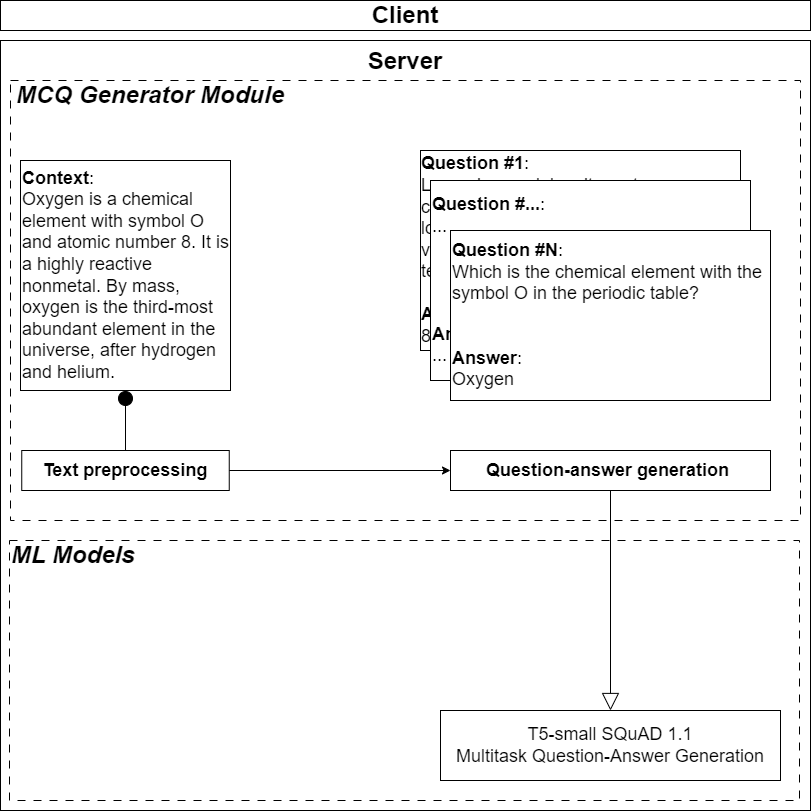
This is Hình/ai.png from VDT1805/ChallengeCreator, a draw.io export, as it was before one commit. Source tidied: cells renumbered, new cells last; positions are measured from the earlier drawing's top-left corner, leaving out a move shared by most shapes. The source it was exported from:
```xml
<mxGraphModel>
  <root>
    <mxCell id="0" />
    <mxCell id="1" parent="0" />
    <mxCell id="2" value="&lt;font style=&quot;font-size: 24px;&quot;&gt;Client&lt;/font&gt;" style="rounded=0;whiteSpace=wrap;html=1;fontStyle=1;" parent="1" vertex="1">
      <mxGeometry width="810" height="30" as="geometry" />
    </mxCell>
    <mxCell id="3" value="&lt;font style=&quot;font-size: 24px;&quot;&gt;Server&lt;/font&gt;" style="rounded=0;whiteSpace=wrap;html=1;fontStyle=1;verticalAlign=top;" parent="1" vertex="1">
      <mxGeometry y="40" width="810" height="770" as="geometry" />
    </mxCell>
    <mxCell id="4" style="rounded=0;whiteSpace=wrap;html=1;fontSize=18;dashed=1;dashPattern=8 8;" parent="1" vertex="1">
      <mxGeometry x="10" y="80" width="790" height="440" as="geometry" />
    </mxCell>
    <mxCell id="5" value="&lt;b&gt;&lt;i&gt;&lt;font style=&quot;font-size: 24px;&quot;&gt;MCQ Generator Module&lt;/font&gt;&lt;/i&gt;&lt;/b&gt;" style="text;html=1;strokeColor=none;fillColor=none;align=center;verticalAlign=middle;whiteSpace=wrap;rounded=0;dashed=1;dashPattern=8 8;fontSize=18;" parent="1" vertex="1">
      <mxGeometry x="10" y="80" width="280" height="30" as="geometry" />
    </mxCell>
    <mxCell id="6" value="&lt;font style=&quot;font-size: 18px;&quot;&gt;&lt;b style=&quot;&quot;&gt;Context&lt;/b&gt;:&lt;br&gt;Oxygen is a chemical element with symbol O and atomic number 8. It is a highly reactive nonmetal. By mass, oxygen is the third-most abundant element in the universe, after hydrogen and helium.&lt;/font&gt;" style="rounded=0;whiteSpace=wrap;html=1;fontSize=18;align=left;" parent="1" vertex="1">
      <mxGeometry x="20" y="160" width="210" height="230" as="geometry" />
    </mxCell>
    <mxCell id="7" style="edgeStyle=none;html=1;entryX=0.5;entryY=0;entryDx=0;entryDy=0;fontSize=18;endArrow=none;endFill=0;startArrow=circle;startFill=1;exitX=0.5;exitY=1;exitDx=0;exitDy=0;" parent="1" edge="1" source="6" target="8">
      <mxGeometry relative="1" as="geometry" />
    </mxCell>
    <mxCell id="8" value="&lt;b&gt;Text preprocessing&lt;/b&gt;" style="rounded=0;whiteSpace=wrap;html=1;fontSize=18;" parent="1" vertex="1">
      <mxGeometry x="21.2" y="450" width="207.5" height="40" as="geometry" />
    </mxCell>
    <mxCell id="9" value="&lt;div style=&quot;text-align: left;&quot;&gt;&lt;b style=&quot;background-color: initial;&quot;&gt;Question #1&lt;/b&gt;&lt;span style=&quot;background-color: initial;&quot;&gt;:&lt;/span&gt;&lt;/div&gt;&lt;font style=&quot;font-size: 18px;&quot;&gt;&lt;div style=&quot;text-align: left;&quot;&gt;&lt;span style=&quot;background-color: rgb(255, 255, 255);&quot;&gt;Lorem ipsum dolor sit amet, consectetur adipiscing elit. Curabitur lorem ante, porttitor at diam vel, mattis vehicula sem. Cras ante massa, tempus sed risus id, ornare porta sem.&lt;/span&gt;&lt;/div&gt;&lt;div style=&quot;text-align: left;&quot;&gt;&lt;span style=&quot;background-color: rgb(255, 255, 255);&quot;&gt;&lt;br&gt;&lt;/span&gt;&lt;/div&gt;&lt;div style=&quot;text-align: left;&quot;&gt;&lt;b style=&quot;border-color: var(--border-color); background-color: initial;&quot;&gt;Answer&lt;/b&gt;&lt;span style=&quot;border-color: var(--border-color); background-color: initial;&quot;&gt;:&lt;/span&gt;&lt;span style=&quot;background-color: rgb(255, 255, 255);&quot;&gt;&lt;br&gt;&lt;/span&gt;&lt;/div&gt;&lt;div style=&quot;text-align: left;&quot;&gt;&lt;span style=&quot;border-color: var(--border-color); background-color: initial;&quot;&gt;8&lt;/span&gt;&lt;/div&gt;&lt;/font&gt;" style="rounded=0;whiteSpace=wrap;html=1;fontSize=18;" parent="1" vertex="1">
      <mxGeometry x="420" y="150" width="320" height="200" as="geometry" />
    </mxCell>
    <mxCell id="10" value="&lt;div style=&quot;&quot;&gt;&lt;b style=&quot;background-color: initial;&quot;&gt;Question #...&lt;/b&gt;&lt;span style=&quot;background-color: initial;&quot;&gt;:&lt;/span&gt;&lt;/div&gt;&lt;font style=&quot;font-size: 18px;&quot;&gt;&lt;div style=&quot;&quot;&gt;&lt;span style=&quot;background-color: rgb(255, 255, 255);&quot;&gt;...&lt;/span&gt;&lt;/div&gt;&lt;div style=&quot;&quot;&gt;&lt;span style=&quot;background-color: rgb(255, 255, 255);&quot;&gt;&lt;br&gt;&lt;/span&gt;&lt;/div&gt;&lt;div style=&quot;&quot;&gt;&lt;span style=&quot;background-color: rgb(255, 255, 255);&quot;&gt;&lt;br&gt;&lt;/span&gt;&lt;/div&gt;&lt;div style=&quot;&quot;&gt;&lt;span style=&quot;background-color: rgb(255, 255, 255);&quot;&gt;&lt;br&gt;&lt;/span&gt;&lt;/div&gt;&lt;div style=&quot;&quot;&gt;&lt;span style=&quot;background-color: rgb(255, 255, 255);&quot;&gt;&lt;br&gt;&lt;/span&gt;&lt;/div&gt;&lt;div style=&quot;&quot;&gt;&lt;b style=&quot;border-color: var(--border-color); background-color: initial;&quot;&gt;Answer&lt;/b&gt;&lt;span style=&quot;border-color: var(--border-color); background-color: initial;&quot;&gt;:&lt;/span&gt;&lt;span style=&quot;background-color: rgb(255, 255, 255);&quot;&gt;&lt;br&gt;&lt;/span&gt;&lt;/div&gt;&lt;div style=&quot;&quot;&gt;...&lt;/div&gt;&lt;/font&gt;" style="rounded=0;whiteSpace=wrap;html=1;fontSize=18;align=left;" parent="1" vertex="1">
      <mxGeometry x="430" y="180" width="320" height="200" as="geometry" />
    </mxCell>
    <mxCell id="11" value="&lt;div style=&quot;&quot;&gt;&lt;b style=&quot;background-color: initial;&quot;&gt;Question #N&lt;/b&gt;&lt;span style=&quot;background-color: initial;&quot;&gt;:&lt;/span&gt;&lt;/div&gt;&lt;div style=&quot;&quot;&gt;&lt;span style=&quot;background-color: initial;&quot;&gt;Which is the chemical element with the symbol O in the periodic table?&lt;/span&gt;&lt;/div&gt;&lt;font style=&quot;font-size: 18px;&quot;&gt;&lt;div style=&quot;&quot;&gt;&lt;span style=&quot;background-color: rgb(255, 255, 255);&quot;&gt;&lt;br&gt;&lt;/span&gt;&lt;/div&gt;&lt;div style=&quot;&quot;&gt;&lt;br&gt;&lt;/div&gt;&lt;div style=&quot;&quot;&gt;&lt;b style=&quot;border-color: var(--border-color); background-color: initial;&quot;&gt;Answer&lt;/b&gt;&lt;span style=&quot;border-color: var(--border-color); background-color: initial;&quot;&gt;:&lt;/span&gt;&lt;span style=&quot;background-color: rgb(255, 255, 255);&quot;&gt;&lt;br&gt;&lt;/span&gt;&lt;/div&gt;&lt;div style=&quot;&quot;&gt;Oxygen&lt;/div&gt;&lt;/font&gt;" style="rounded=0;whiteSpace=wrap;html=1;fontSize=18;align=left;" parent="1" vertex="1">
      <mxGeometry x="450" y="230" width="320" height="170" as="geometry" />
    </mxCell>
    <mxCell id="12" style="rounded=0;whiteSpace=wrap;html=1;fontSize=18;dashed=1;dashPattern=8 8;" parent="1" vertex="1">
      <mxGeometry x="9" y="540" width="790" height="260" as="geometry" />
    </mxCell>
    <mxCell id="13" style="edgeStyle=none;html=1;entryX=0.5;entryY=0;entryDx=0;entryDy=0;fontFamily=Helvetica;fontSize=24;startArrow=none;startFill=0;endArrow=block;endFill=0;endSize=15;" parent="1" edge="1" source="14" target="17">
      <mxGeometry relative="1" as="geometry" />
    </mxCell>
    <mxCell id="14" value="&lt;b&gt;Question-answer generation&amp;nbsp;&lt;/b&gt;" style="rounded=0;whiteSpace=wrap;html=1;fontSize=18;" parent="1" vertex="1">
      <mxGeometry x="450" y="450" width="320" height="40" as="geometry" />
    </mxCell>
    <mxCell id="15" style="endArrow=classic;html=1;fontFamily=Helvetica;fontSize=18;exitX=1;exitY=0.5;exitDx=0;exitDy=0;entryX=0;entryY=0.5;entryDx=0;entryDy=0;" parent="1" edge="1" source="8" target="14">
      <mxGeometry relative="1" as="geometry" />
    </mxCell>
    <mxCell id="16" value="&lt;b&gt;&lt;i&gt;&lt;font style=&quot;font-size: 24px;&quot;&gt;ML Models&lt;/font&gt;&lt;/i&gt;&lt;/b&gt;" style="text;html=1;strokeColor=none;fillColor=none;align=left;verticalAlign=middle;whiteSpace=wrap;rounded=0;dashed=1;dashPattern=8 8;fontSize=18;" parent="1" vertex="1">
      <mxGeometry x="9" y="540" width="210" height="30" as="geometry" />
    </mxCell>
    <mxCell id="17" value="T5-small SQuAD 1.1&lt;br&gt;Multitask Question-Answer Generation" style="rounded=0;whiteSpace=wrap;html=1;fontSize=18;" parent="1" vertex="1">
      <mxGeometry x="440" y="710" width="340" height="70" as="geometry" />
    </mxCell>
  </root>
</mxGraphModel>
```
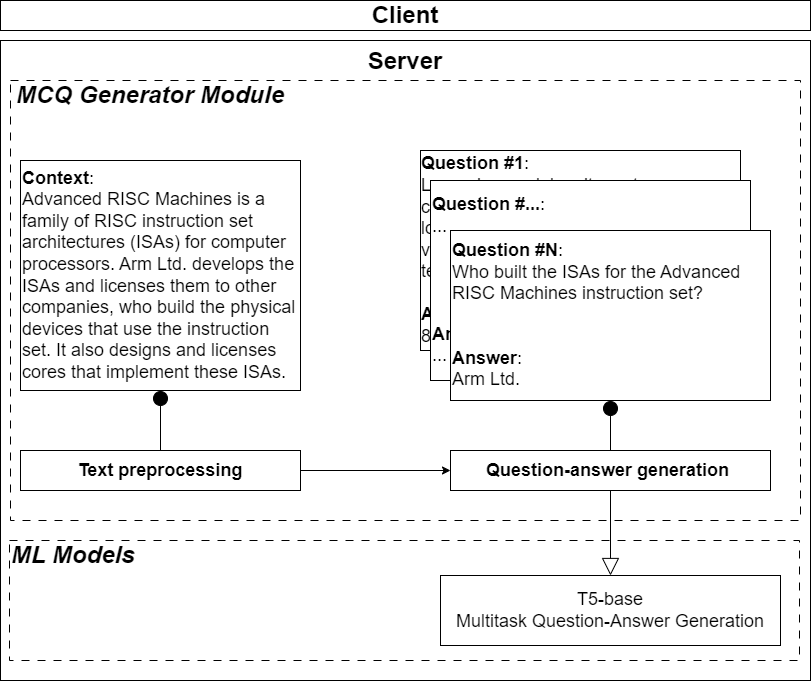
Later version of the same file.

The edit, as a diff of the source:
```diff
@@ -6,7 +6,7 @@
       <mxGeometry width="810" height="30" as="geometry" />
     </mxCell>
     <mxCell id="3" value="&lt;font style=&quot;font-size: 24px;&quot;&gt;Server&lt;/font&gt;" style="rounded=0;whiteSpace=wrap;html=1;fontStyle=1;verticalAlign=top;" parent="1" vertex="1">
-      <mxGeometry y="40" width="810" height="770" as="geometry" />
+      <mxGeometry y="40" width="810" height="640" as="geometry" />
     </mxCell>
     <mxCell id="4" style="rounded=0;whiteSpace=wrap;html=1;fontSize=18;dashed=1;dashPattern=8 8;" parent="1" vertex="1">
       <mxGeometry x="10" y="80" width="790" height="440" as="geometry" />
@@ -14,14 +14,14 @@
     <mxCell id="5" value="&lt;b&gt;&lt;i&gt;&lt;font style=&quot;font-size: 24px;&quot;&gt;MCQ Generator Module&lt;/font&gt;&lt;/i&gt;&lt;/b&gt;" style="text;html=1;strokeColor=none;fillColor=none;align=center;verticalAlign=middle;whiteSpace=wrap;rounded=0;dashed=1;dashPattern=8 8;fontSize=18;" parent="1" vertex="1">
       <mxGeometry x="10" y="80" width="280" height="30" as="geometry" />
     </mxCell>
-    <mxCell id="6" value="&lt;font style=&quot;font-size: 18px;&quot;&gt;&lt;b style=&quot;&quot;&gt;Context&lt;/b&gt;:&lt;br&gt;Oxygen is a chemical element with symbol O and atomic number 8. It is a highly reactive nonmetal. By mass, oxygen is the third-most abundant element in the universe, after hydrogen and helium.&lt;/font&gt;" style="rounded=0;whiteSpace=wrap;html=1;fontSize=18;align=left;" parent="1" vertex="1">
-      <mxGeometry x="20" y="160" width="210" height="230" as="geometry" />
+    <mxCell id="6" value="&lt;font style=&quot;font-size: 18px;&quot;&gt;&lt;b style=&quot;&quot;&gt;Context&lt;/b&gt;:&lt;br&gt;Advanced RISC Machines is a family of RISC instruction set architectures (ISAs) for computer processors. Arm Ltd. develops the ISAs and licenses them to other companies, who build the physical devices that use the instruction set. It also designs and licenses cores that implement these ISAs.&lt;/font&gt;" style="rounded=0;whiteSpace=wrap;html=1;fontSize=18;align=left;" parent="1" vertex="1">
+      <mxGeometry x="20" y="160" width="280" height="230" as="geometry" />
     </mxCell>
     <mxCell id="7" style="edgeStyle=none;html=1;entryX=0.5;entryY=0;entryDx=0;entryDy=0;fontSize=18;endArrow=none;endFill=0;startArrow=circle;startFill=1;exitX=0.5;exitY=1;exitDx=0;exitDy=0;" parent="1" edge="1" source="6" target="8">
       <mxGeometry relative="1" as="geometry" />
     </mxCell>
     <mxCell id="8" value="&lt;b&gt;Text preprocessing&lt;/b&gt;" style="rounded=0;whiteSpace=wrap;html=1;fontSize=18;" parent="1" vertex="1">
-      <mxGeometry x="21.2" y="450" width="207.5" height="40" as="geometry" />
+      <mxGeometry x="20" y="450" width="280" height="40" as="geometry" />
     </mxCell>
     <mxCell id="9" value="&lt;div style=&quot;text-align: left;&quot;&gt;&lt;b style=&quot;background-color: initial;&quot;&gt;Question #1&lt;/b&gt;&lt;span style=&quot;background-color: initial;&quot;&gt;:&lt;/span&gt;&lt;/div&gt;&lt;font style=&quot;font-size: 18px;&quot;&gt;&lt;div style=&quot;text-align: left;&quot;&gt;&lt;span style=&quot;background-color: rgb(255, 255, 255);&quot;&gt;Lorem ipsum dolor sit amet, consectetur adipiscing elit. Curabitur lorem ante, porttitor at diam vel, mattis vehicula sem. Cras ante massa, tempus sed risus id, ornare porta sem.&lt;/span&gt;&lt;/div&gt;&lt;div style=&quot;text-align: left;&quot;&gt;&lt;span style=&quot;background-color: rgb(255, 255, 255);&quot;&gt;&lt;br&gt;&lt;/span&gt;&lt;/div&gt;&lt;div style=&quot;text-align: left;&quot;&gt;&lt;b style=&quot;border-color: var(--border-color); background-color: initial;&quot;&gt;Answer&lt;/b&gt;&lt;span style=&quot;border-color: var(--border-color); background-color: initial;&quot;&gt;:&lt;/span&gt;&lt;span style=&quot;background-color: rgb(255, 255, 255);&quot;&gt;&lt;br&gt;&lt;/span&gt;&lt;/div&gt;&lt;div style=&quot;text-align: left;&quot;&gt;&lt;span style=&quot;border-color: var(--border-color); background-color: initial;&quot;&gt;8&lt;/span&gt;&lt;/div&gt;&lt;/font&gt;" style="rounded=0;whiteSpace=wrap;html=1;fontSize=18;" parent="1" vertex="1">
       <mxGeometry x="420" y="150" width="320" height="200" as="geometry" />
@@ -29,11 +29,11 @@
     <mxCell id="10" value="&lt;div style=&quot;&quot;&gt;&lt;b style=&quot;background-color: initial;&quot;&gt;Question #...&lt;/b&gt;&lt;span style=&quot;background-color: initial;&quot;&gt;:&lt;/span&gt;&lt;/div&gt;&lt;font style=&quot;font-size: 18px;&quot;&gt;&lt;div style=&quot;&quot;&gt;&lt;span style=&quot;background-color: rgb(255, 255, 255);&quot;&gt;...&lt;/span&gt;&lt;/div&gt;&lt;div style=&quot;&quot;&gt;&lt;span style=&quot;background-color: rgb(255, 255, 255);&quot;&gt;&lt;br&gt;&lt;/span&gt;&lt;/div&gt;&lt;div style=&quot;&quot;&gt;&lt;span style=&quot;background-color: rgb(255, 255, 255);&quot;&gt;&lt;br&gt;&lt;/span&gt;&lt;/div&gt;&lt;div style=&quot;&quot;&gt;&lt;span style=&quot;background-color: rgb(255, 255, 255);&quot;&gt;&lt;br&gt;&lt;/span&gt;&lt;/div&gt;&lt;div style=&quot;&quot;&gt;&lt;span style=&quot;background-color: rgb(255, 255, 255);&quot;&gt;&lt;br&gt;&lt;/span&gt;&lt;/div&gt;&lt;div style=&quot;&quot;&gt;&lt;b style=&quot;border-color: var(--border-color); background-color: initial;&quot;&gt;Answer&lt;/b&gt;&lt;span style=&quot;border-color: var(--border-color); background-color: initial;&quot;&gt;:&lt;/span&gt;&lt;span style=&quot;background-color: rgb(255, 255, 255);&quot;&gt;&lt;br&gt;&lt;/span&gt;&lt;/div&gt;&lt;div style=&quot;&quot;&gt;...&lt;/div&gt;&lt;/font&gt;" style="rounded=0;whiteSpace=wrap;html=1;fontSize=18;align=left;" parent="1" vertex="1">
       <mxGeometry x="430" y="180" width="320" height="200" as="geometry" />
     </mxCell>
-    <mxCell id="11" value="&lt;div style=&quot;&quot;&gt;&lt;b style=&quot;background-color: initial;&quot;&gt;Question #N&lt;/b&gt;&lt;span style=&quot;background-color: initial;&quot;&gt;:&lt;/span&gt;&lt;/div&gt;&lt;div style=&quot;&quot;&gt;&lt;span style=&quot;background-color: initial;&quot;&gt;Which is the chemical element with the symbol O in the periodic table?&lt;/span&gt;&lt;/div&gt;&lt;font style=&quot;font-size: 18px;&quot;&gt;&lt;div style=&quot;&quot;&gt;&lt;span style=&quot;background-color: rgb(255, 255, 255);&quot;&gt;&lt;br&gt;&lt;/span&gt;&lt;/div&gt;&lt;div style=&quot;&quot;&gt;&lt;br&gt;&lt;/div&gt;&lt;div style=&quot;&quot;&gt;&lt;b style=&quot;border-color: var(--border-color); background-color: initial;&quot;&gt;Answer&lt;/b&gt;&lt;span style=&quot;border-color: var(--border-color); background-color: initial;&quot;&gt;:&lt;/span&gt;&lt;span style=&quot;background-color: rgb(255, 255, 255);&quot;&gt;&lt;br&gt;&lt;/span&gt;&lt;/div&gt;&lt;div style=&quot;&quot;&gt;Oxygen&lt;/div&gt;&lt;/font&gt;" style="rounded=0;whiteSpace=wrap;html=1;fontSize=18;align=left;" parent="1" vertex="1">
+    <mxCell id="11" value="&lt;div style=&quot;&quot;&gt;&lt;b style=&quot;background-color: initial;&quot;&gt;Question #N&lt;/b&gt;&lt;span style=&quot;background-color: initial;&quot;&gt;:&lt;/span&gt;&lt;/div&gt;&lt;div style=&quot;&quot;&gt;&lt;span style=&quot;background-color: initial;&quot;&gt;Who built the ISAs for the Advanced RISC Machines instruction set?&lt;/span&gt;&lt;/div&gt;&lt;font style=&quot;font-size: 18px;&quot;&gt;&lt;div style=&quot;&quot;&gt;&lt;span style=&quot;background-color: rgb(255, 255, 255);&quot;&gt;&lt;br&gt;&lt;/span&gt;&lt;/div&gt;&lt;div style=&quot;&quot;&gt;&lt;br&gt;&lt;/div&gt;&lt;div style=&quot;&quot;&gt;&lt;b style=&quot;border-color: var(--border-color); background-color: initial;&quot;&gt;Answer&lt;/b&gt;&lt;span style=&quot;border-color: var(--border-color); background-color: initial;&quot;&gt;:&lt;/span&gt;&lt;span style=&quot;background-color: rgb(255, 255, 255);&quot;&gt;&lt;br&gt;&lt;/span&gt;&lt;/div&gt;&lt;div style=&quot;&quot;&gt;Arm Ltd.&lt;/div&gt;&lt;/font&gt;" style="rounded=0;whiteSpace=wrap;html=1;fontSize=18;align=left;" parent="1" vertex="1">
       <mxGeometry x="450" y="230" width="320" height="170" as="geometry" />
     </mxCell>
     <mxCell id="12" style="rounded=0;whiteSpace=wrap;html=1;fontSize=18;dashed=1;dashPattern=8 8;" parent="1" vertex="1">
-      <mxGeometry x="9" y="540" width="790" height="260" as="geometry" />
+      <mxGeometry x="9" y="540" width="790" height="120" as="geometry" />
     </mxCell>
     <mxCell id="13" style="edgeStyle=none;html=1;entryX=0.5;entryY=0;entryDx=0;entryDy=0;fontFamily=Helvetica;fontSize=24;startArrow=none;startFill=0;endArrow=block;endFill=0;endSize=15;" parent="1" edge="1" source="14" target="17">
       <mxGeometry relative="1" as="geometry" />
@@ -47,8 +47,11 @@
     <mxCell id="16" value="&lt;b&gt;&lt;i&gt;&lt;font style=&quot;font-size: 24px;&quot;&gt;ML Models&lt;/font&gt;&lt;/i&gt;&lt;/b&gt;" style="text;html=1;strokeColor=none;fillColor=none;align=left;verticalAlign=middle;whiteSpace=wrap;rounded=0;dashed=1;dashPattern=8 8;fontSize=18;" parent="1" vertex="1">
       <mxGeometry x="9" y="540" width="210" height="30" as="geometry" />
     </mxCell>
-    <mxCell id="17" value="T5-small SQuAD 1.1&lt;br&gt;Multitask Question-Answer Generation" style="rounded=0;whiteSpace=wrap;html=1;fontSize=18;" parent="1" vertex="1">
-      <mxGeometry x="440" y="710" width="340" height="70" as="geometry" />
+    <mxCell id="17" value="T5-base&lt;br&gt;Multitask Question-Answer Generation" style="rounded=0;whiteSpace=wrap;html=1;fontSize=18;" parent="1" vertex="1">
+      <mxGeometry x="440" y="575" width="340" height="70" as="geometry" />
     </mxCell>
+    <mxCell id="18" style="edgeStyle=none;html=1;entryX=0.5;entryY=0;entryDx=0;entryDy=0;fontSize=18;endArrow=none;endFill=0;startArrow=circle;startFill=1;exitX=0.5;exitY=1;exitDx=0;exitDy=0;" parent="1" edge="1" source="11" target="14">
+      <mxGeometry relative="1" as="geometry" />
+    </mxCell>
   </root>
 </mxGraphModel>
```
